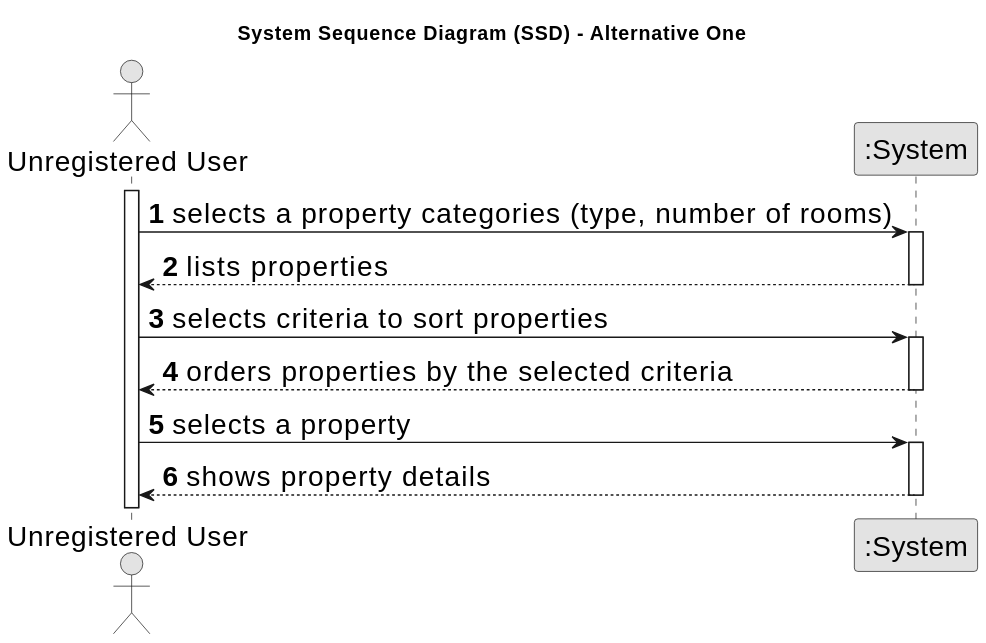
This is docs/sprintA/us001/01.requirements-engineering/svg/us001-system-sequence-diagram-alternative-one.svg from Goncalves2525/real-estate-management-system, a PlantUML export, as it was before one commit. Its diagram source:
```plantuml
@startuml
skinparamlocked defaultFontSize 20
skinparam monochrome true
skinparam packageStyle rectangle
skinparam shadowing false

title System Sequence Diagram (SSD) - Alternative One

autonumber

actor "Unregistered User" as User
participant ":System" as System

activate User

    User -> System : selects a property categories (type, number of rooms)
    activate System

        System --> User : lists properties
    deactivate System

    User -> System : selects criteria to sort properties
    activate System

        System --> User : orders properties by the selected criteria
    deactivate System

    User -> System : selects a property
    activate System

        System --> User : shows property details
    deactivate System
@enduml
```
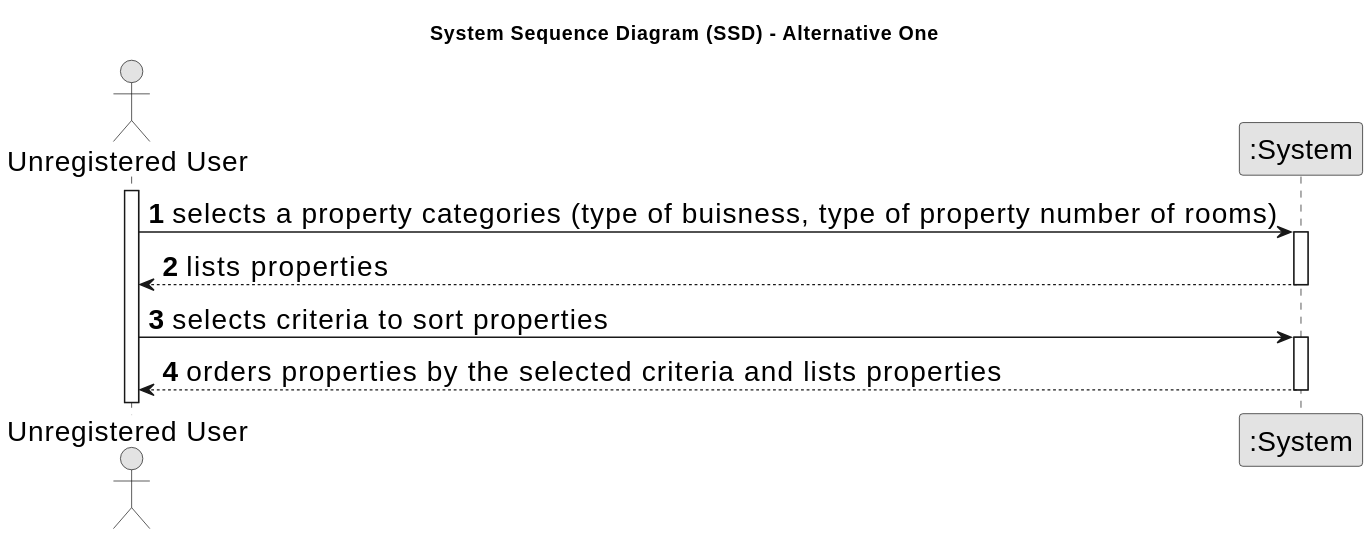
Later version of the same file.

The edit, as a diff of the source:
```diff
@@ -13,7 +13,7 @@
 
 activate User
 
-    User -> System : selects a property categories (type, number of rooms)
+    User -> System : selects a property categories (type of buisness, type of property number of rooms)
     activate System
 
         System --> User : lists properties
@@ -22,12 +22,6 @@
     User -> System : selects criteria to sort properties
     activate System
 
-        System --> User : orders properties by the selected criteria
-    deactivate System
-
-    User -> System : selects a property
-    activate System
-
-        System --> User : shows property details
+        System --> User : orders properties by the selected criteria and lists properties
     deactivate System
 @enduml
```
